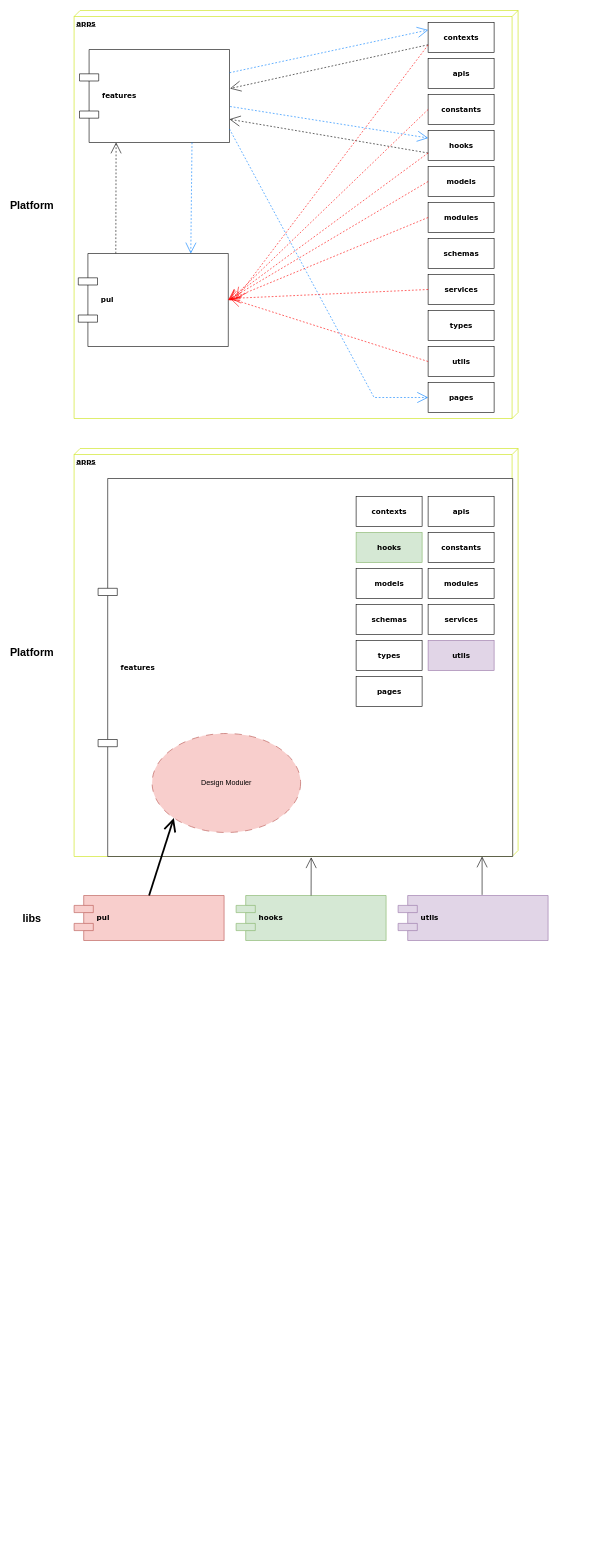
monolifeYw/drawio keeps this draw.io diagram as 제목 없는 다이어그램.drawio. Above is the earlier version. Source tidied: cells renumbered, new cells numbered last; positions are measured from the earlier drawing's top-left corner, leaving out a move shared by most shapes. Both pictures are drawn from the tidied source at 60%, with x=0, y=0 at pixel (14, 10).
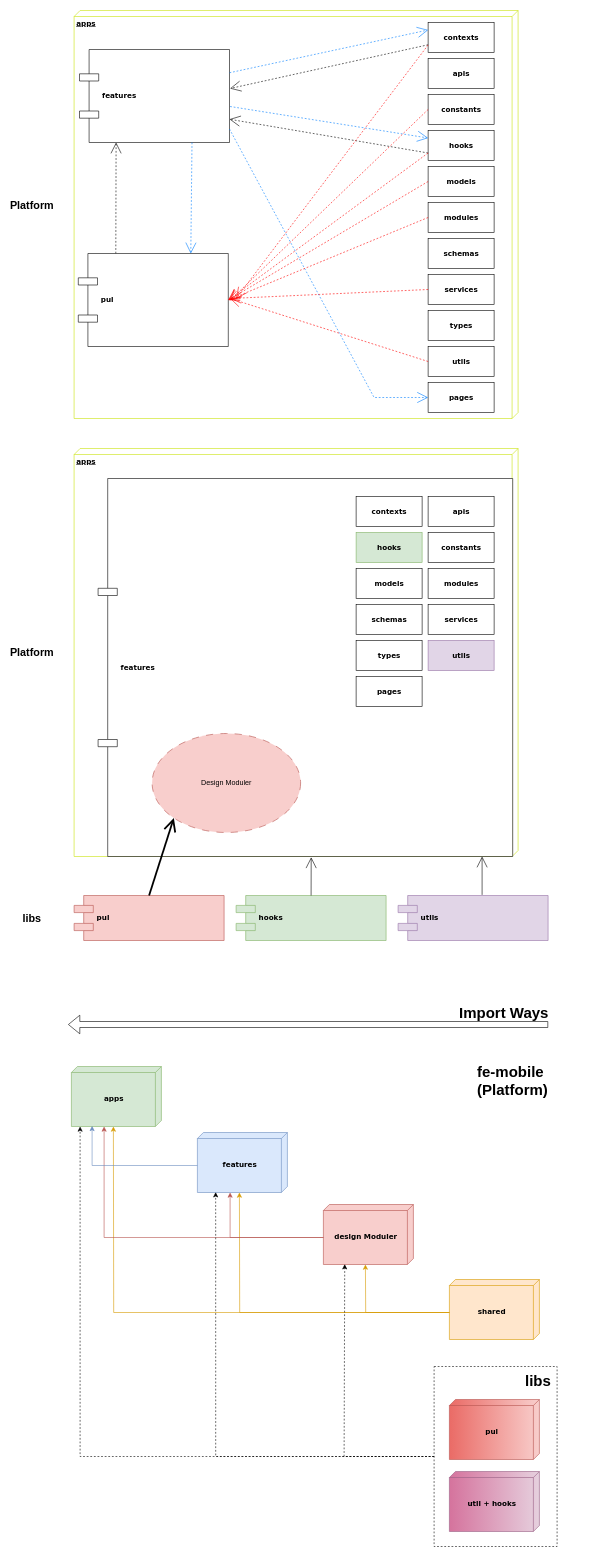
After the change.

Commit message:
제목 없는 다이어그램.drawio 업데이트

Diff of the diagram source:
```diff
@@
+    <mxCell id="53" style="rounded=0;whiteSpace=wrap;html=1;strokeColor=none;" parent="1" vertex="1">
+      <mxGeometry x="80" y="1740" width="820" height="500" as="geometry" />
+    </mxCell>
@@
+    <mxCell id="54" value="apps" style="verticalAlign=middle;align=center;spacingTop=8;spacingLeft=2;spacingRight=12;shape=cube;size=10;direction=south;fontStyle=1;html=1;rounded=0;shadow=0;comic=0;labelBackgroundColor=none;strokeWidth=1;fontFamily=Verdana;fontSize=12;strokeColor=#82b366;fillColor=#d5e8d4;" parent="1" vertex="1">
+      <mxGeometry x="95.5" y="1760" width="150" height="100" as="geometry" />
+    </mxCell>
+    <mxCell id="55" value="features" style="verticalAlign=middle;align=center;spacingTop=8;spacingLeft=2;spacingRight=12;shape=cube;size=10;direction=south;fontStyle=1;html=1;rounded=0;shadow=0;comic=0;labelBackgroundColor=none;strokeWidth=1;fontFamily=Verdana;fontSize=12;strokeColor=#6c8ebf;fillColor=#dae8fc;" parent="1" vertex="1">
+      <mxGeometry x="305.5" y="1870" width="150" height="100" as="geometry" />
+    </mxCell>
+    <mxCell id="56" value="design Moduler" style="verticalAlign=middle;align=center;spacingTop=8;spacingLeft=2;spacingRight=12;shape=cube;size=10;direction=south;fontStyle=1;html=1;rounded=0;shadow=0;comic=0;labelBackgroundColor=none;strokeWidth=1;fontFamily=Verdana;fontSize=12;strokeColor=#b85450;fillColor=#f8cecc;" parent="1" vertex="1">
+      <mxGeometry x="515.5" y="1990" width="150" height="100" as="geometry" />
+    </mxCell>
+    <mxCell id="57" value="shared" style="verticalAlign=middle;align=center;spacingTop=8;spacingLeft=2;spacingRight=12;shape=cube;size=10;direction=south;fontStyle=1;html=1;rounded=0;shadow=0;comic=0;labelBackgroundColor=none;strokeWidth=1;fontFamily=Verdana;fontSize=12;strokeColor=#d79b00;fillColor=#ffe6cc;" parent="1" vertex="1">
+      <mxGeometry x="725.5" y="2115" width="150" height="100" as="geometry" />
+    </mxCell>
+    <mxCell id="58" value="fe-mobile (Platform)" style="text;strokeColor=none;align=left;fillColor=none;html=1;verticalAlign=middle;whiteSpace=wrap;rounded=0;fontSize=25;fontStyle=1;" parent="1" vertex="1">
+      <mxGeometry x="770" y="1740" width="120" height="85" as="geometry" />
+    </mxCell>
+    <mxCell id="59" style="rounded=0;whiteSpace=wrap;html=1;dashed=1;" parent="1" vertex="1">
+      <mxGeometry x="700" y="2260" width="205" height="300" as="geometry" />
+    </mxCell>
+    <mxCell id="60" value="pui" style="verticalAlign=middle;align=center;spacingTop=8;spacingLeft=2;spacingRight=12;shape=cube;size=10;direction=south;fontStyle=1;html=1;rounded=0;shadow=0;comic=0;labelBackgroundColor=none;strokeWidth=1;fontFamily=Verdana;fontSize=12;strokeColor=#b85450;fillColor=#f8cecc;gradientColor=#ea6b66;" parent="1" vertex="1">
+      <mxGeometry x="725.5" y="2315" width="150" height="100" as="geometry" />
+    </mxCell>
+    <mxCell id="61" value="util + hooks" style="verticalAlign=middle;align=center;spacingTop=8;spacingLeft=2;spacingRight=12;shape=cube;size=10;direction=south;fontStyle=1;html=1;rounded=0;shadow=0;comic=0;labelBackgroundColor=none;strokeWidth=1;fontFamily=Verdana;fontSize=12;fillColor=#e6d0de;strokeColor=#996185;gradientColor=#d5739d;" parent="1" vertex="1">
+      <mxGeometry x="725.5" y="2435" width="150" height="100" as="geometry" />
+    </mxCell>
+    <mxCell id="62" value="libs" style="text;strokeColor=none;align=left;fillColor=none;html=1;verticalAlign=middle;whiteSpace=wrap;rounded=0;fontSize=25;fontStyle=1;" parent="1" vertex="1">
+      <mxGeometry x="850" y="2240" width="120" height="85" as="geometry" />
+    </mxCell>
+    <mxCell id="63" style="endArrow=classic;html=1;rounded=0;exitX=0;exitY=0;exitDx=55;exitDy=150;exitPerimeter=0;entryX=0;entryY=0;entryDx=100;entryDy=80;entryPerimeter=0;fillColor=#ffcd28;gradientColor=#ffa500;strokeColor=#d79b00;" parent="1" edge="1" source="57" target="56">
+      <mxGeometry relative="1" as="geometry">
+        <Array as="points">
+          <mxPoint x="586" y="2170" />
+        </Array>
+      </mxGeometry>
+    </mxCell>
+    <mxCell id="64" style="endArrow=classic;html=1;rounded=0;exitX=0;exitY=0;exitDx=55;exitDy=150;exitPerimeter=0;entryX=0;entryY=0;entryDx=100;entryDy=80;entryPerimeter=0;fillColor=#ffcd28;gradientColor=#ffa500;strokeColor=#d79b00;" parent="1" edge="1" source="57" target="55">
+      <mxGeometry relative="1" as="geometry">
+        <Array as="points">
+          <mxPoint x="376" y="2170" />
+        </Array>
+      </mxGeometry>
+    </mxCell>
+    <mxCell id="65" style="endArrow=classic;html=1;rounded=0;exitX=0;exitY=0;exitDx=55;exitDy=150;exitPerimeter=0;entryX=0;entryY=0;entryDx=100;entryDy=80;entryPerimeter=0;fillColor=#ffcd28;gradientColor=#ffa500;strokeColor=#d79b00;" parent="1" edge="1" source="57" target="54">
+      <mxGeometry relative="1" as="geometry">
+        <Array as="points">
+          <mxPoint x="166" y="2170" />
+        </Array>
+      </mxGeometry>
+    </mxCell>
+    <mxCell id="66" style="endArrow=classic;html=1;rounded=0;exitX=0;exitY=0;exitDx=55;exitDy=150;exitPerimeter=0;fillColor=#f8cecc;strokeColor=#b85450;" parent="1" edge="1" source="56">
+      <mxGeometry relative="1" as="geometry">
+        <mxPoint x="150" y="1860" as="targetPoint" />
+        <Array as="points">
+          <mxPoint x="150" y="2045" />
+        </Array>
+      </mxGeometry>
+    </mxCell>
+    <mxCell id="67" style="endArrow=classic;html=1;rounded=0;exitX=0;exitY=0;exitDx=55;exitDy=150;exitPerimeter=0;fillColor=#f8cecc;strokeColor=#b85450;" parent="1" edge="1" source="56">
+      <mxGeometry relative="1" as="geometry">
+        <mxPoint x="360" y="1970" as="targetPoint" />
+        <Array as="points">
+          <mxPoint x="360" y="2045" />
+        </Array>
+      </mxGeometry>
+    </mxCell>
+    <mxCell id="68" style="endArrow=classic;html=1;rounded=0;exitX=0;exitY=0;exitDx=55;exitDy=150;exitPerimeter=0;fillColor=#dae8fc;strokeColor=#6c8ebf;entryX=0.99;entryY=0.77;entryDx=0;entryDy=0;entryPerimeter=0;" parent="1" edge="1" source="55" target="54">
+      <mxGeometry relative="1" as="geometry">
+        <Array as="points">
+          <mxPoint x="130" y="1925" />
+        </Array>
+      </mxGeometry>
+    </mxCell>
+    <mxCell id="69" style="endArrow=classic;html=1;rounded=0;exitX=0;exitY=0.5;exitDx=0;exitDy=0;entryX=0.995;entryY=0.763;entryDx=0;entryDy=0;entryPerimeter=0;dashed=1;" parent="1" edge="1" source="59" target="56">
+      <mxGeometry relative="1" as="geometry">
+        <Array as="points">
+          <mxPoint x="550" y="2410" />
+        </Array>
+      </mxGeometry>
+    </mxCell>
+    <mxCell id="70" style="endArrow=classic;html=1;rounded=0;exitX=0;exitY=0.5;exitDx=0;exitDy=0;entryX=0.995;entryY=0.797;entryDx=0;entryDy=0;entryPerimeter=0;dashed=1;" parent="1" edge="1" source="59" target="55">
+      <mxGeometry relative="1" as="geometry">
+        <Array as="points">
+          <mxPoint x="336" y="2410" />
+        </Array>
+      </mxGeometry>
+    </mxCell>
+    <mxCell id="71" style="endArrow=classic;html=1;rounded=0;exitX=0;exitY=0.5;exitDx=0;exitDy=0;dashed=1;" parent="1" edge="1" source="59">
+      <mxGeometry relative="1" as="geometry">
+        <mxPoint x="110" y="1860" as="targetPoint" />
+        <Array as="points">
+          <mxPoint x="110" y="2410" />
+        </Array>
+      </mxGeometry>
+    </mxCell>
+    <mxCell id="72" style="shape=flexArrow;endArrow=classic;html=1;rounded=0;" parent="1" edge="1">
+      <mxGeometry relative="1" as="geometry">
+        <mxPoint x="890" y="1690" as="sourcePoint" />
+        <mxPoint x="90" y="1690" as="targetPoint" />
+      </mxGeometry>
+    </mxCell>
+    <mxCell id="73" value="Import Ways" style="text;strokeColor=none;align=left;fillColor=none;html=1;verticalAlign=middle;whiteSpace=wrap;rounded=0;fontSize=25;fontStyle=1;" parent="1" vertex="1">
+      <mxGeometry x="740" y="1650" width="160" height="40" as="geometry" />
+    </mxCell>
```
